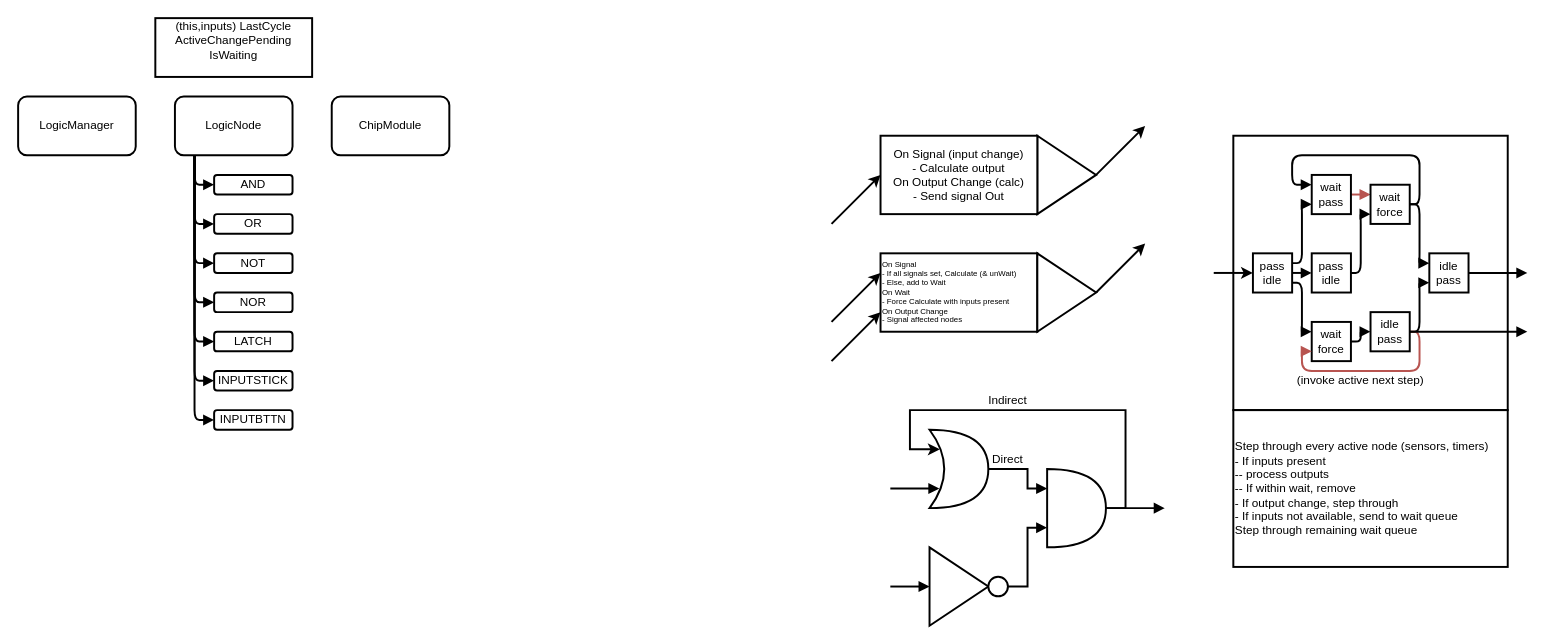
Above: Untitled Diagram.drawio in Aceba1/Logic-Gates (draw.io), before the change. Source tidied: cells renumbered, new cells numbered last; positions are measured from the earlier drawing's top-left corner, leaving out a move shared by most shapes. Both pictures are drawn from the tidied source at 98%, with x=0, y=0 at pixel (18, 18).
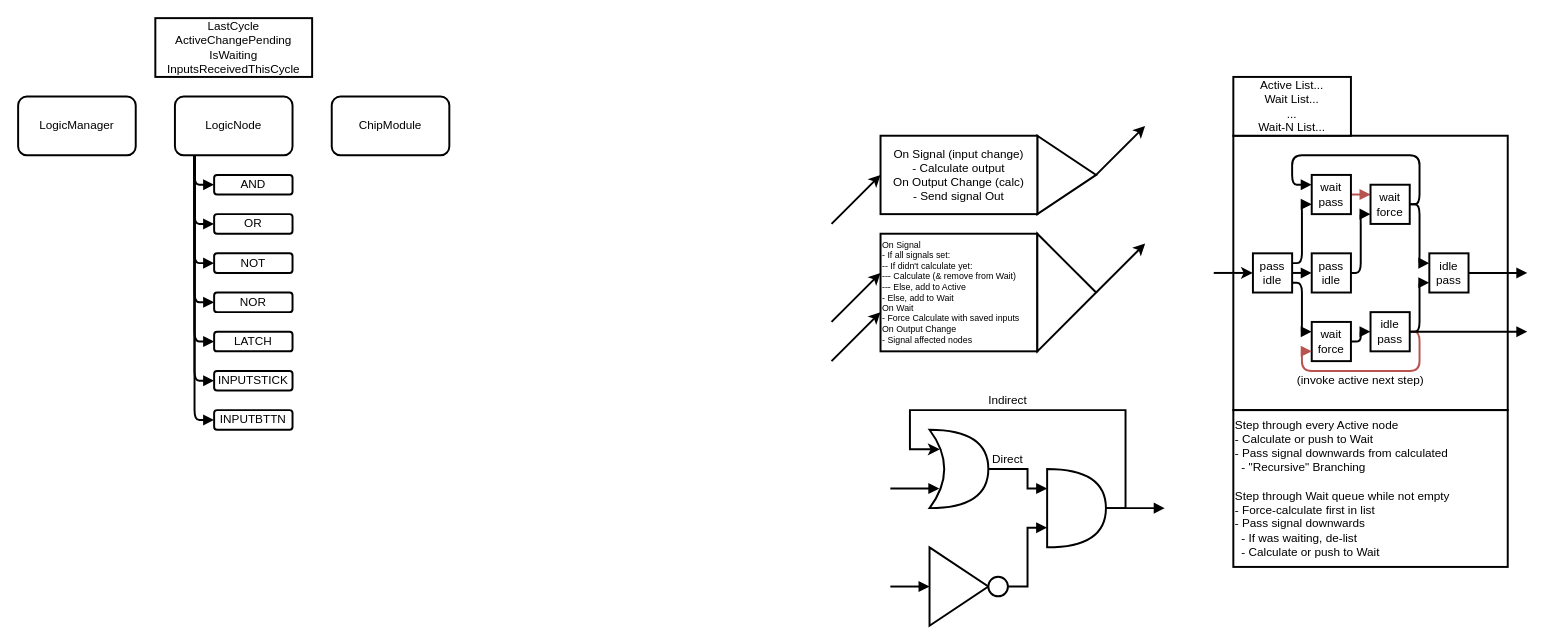
After the change.

The edit, as a diff of the source:
```diff
@@
-    <mxCell id="39" value="&lt;div&gt;Step through every active node (sensors, timers)&lt;/div&gt;&lt;div&gt;- If inputs present&lt;/div&gt;&lt;div&gt;-- process outputs&lt;br&gt;&lt;/div&gt;&lt;div&gt;-- If within wait, remove&lt;br&gt;&lt;/div&gt;&lt;div&gt;- If output change, step through&lt;/div&gt;&lt;div&gt;- If inputs not available, send to wait queue&lt;/div&gt;&lt;div&gt;Step through remaining wait queue&lt;br&gt;&lt;/div&gt;" style="rounded=0;whiteSpace=wrap;html=1;strokeWidth=2;align=left;" parent="1" vertex="1">
+    <mxCell id="39" value="&lt;div&gt;Step through every Active node&lt;/div&gt;&lt;div&gt;- Calculate or push to Wait&lt;/div&gt;&lt;div&gt;- Pass signal downwards from calculated&lt;/div&gt;&lt;div&gt;&amp;nbsp; - &quot;Recursive&quot; Branching&lt;br&gt;&lt;/div&gt;&lt;div&gt;&lt;br&gt;&lt;/div&gt;&lt;div&gt;Step through Wait queue while not empty&lt;br&gt;&lt;/div&gt;&lt;div&gt;- Force-calculate first in list&lt;/div&gt;&lt;div&gt;- Pass signal downwards&lt;/div&gt;&lt;div&gt;&amp;nbsp; - If was waiting, de-list&lt;/div&gt;&lt;div&gt;&amp;nbsp; - Calculate or push to Wait&lt;br&gt;&lt;/div&gt;" style="rounded=0;whiteSpace=wrap;html=1;strokeWidth=2;align=left;" parent="1" vertex="1">
       <mxGeometry x="1240" y="400" width="280" height="160" as="geometry" />
     </mxCell>
     <mxCell id="40" value="(invoke active next step)" style="text;html=1;strokeColor=none;fillColor=none;align=center;verticalAlign=middle;whiteSpace=wrap;rounded=0;" parent="1" vertex="1">
-      <mxGeometry x="1300" y="360" width="140" height="20" as="geometry" />
+      <mxGeometry x="1270" y="360" width="200" height="20" as="geometry" />
     </mxCell>
@@
-    <mxCell id="58" value="&lt;div&gt;(this,inputs) LastCycle&lt;/div&gt;&lt;div&gt;ActiveChangePending&lt;/div&gt;&lt;div&gt;IsWaiting&lt;/div&gt;&lt;div&gt;&lt;br&gt;&lt;/div&gt;" style="rounded=0;whiteSpace=wrap;html=1;strokeWidth=2;" parent="1" vertex="1">
+    <mxCell id="58" value="&lt;div&gt;LastCycle&lt;/div&gt;&lt;div&gt;ActiveChangePending&lt;/div&gt;&lt;div&gt;IsWaiting&lt;/div&gt;&lt;div&gt;InputsReceivedThisCycle&lt;br&gt;&lt;/div&gt;" style="rounded=0;whiteSpace=wrap;html=1;strokeWidth=2;" parent="1" vertex="1">
       <mxGeometry x="140" width="160" height="60" as="geometry" />
     </mxCell>
-    <mxCell id="59" value="&lt;div style=&quot;font-size: 8px&quot;&gt;On Signal&lt;/div&gt;&lt;div style=&quot;font-size: 8px&quot;&gt;- If all signals set, Calculate (&amp;amp; unWait)&lt;br&gt;&lt;/div&gt;&lt;div style=&quot;font-size: 8px&quot;&gt;- Else, add to Wait&lt;/div&gt;&lt;div style=&quot;font-size: 8px&quot;&gt;On Wait&lt;/div&gt;&lt;div style=&quot;font-size: 8px&quot;&gt;- Force Calculate with inputs present&lt;/div&gt;&lt;div style=&quot;font-size: 8px&quot;&gt;On Output Change&lt;/div&gt;&lt;div style=&quot;font-size: 8px&quot;&gt;- Signal affected nodes&lt;br style=&quot;font-size: 8px&quot;&gt;&lt;/div&gt;" style="rounded=0;whiteSpace=wrap;html=1;strokeWidth=2;align=left;fontSize=8;" parent="1" vertex="1">
-      <mxGeometry x="880" y="240" width="160" height="80" as="geometry" />
+    <mxCell id="59" value="&lt;div style=&quot;font-size: 9px&quot;&gt;&lt;font style=&quot;font-size: 9px&quot;&gt;On Signal&lt;/font&gt;&lt;/div&gt;&lt;div style=&quot;font-size: 9px&quot;&gt;&lt;font style=&quot;font-size: 9px&quot;&gt;- If all signals set:&lt;/font&gt;&lt;/div&gt;&lt;div style=&quot;font-size: 9px&quot;&gt;&lt;font style=&quot;font-size: 9px&quot;&gt;-- If didn't calculate yet:&lt;br&gt;&lt;/font&gt;&lt;/div&gt;&lt;div style=&quot;font-size: 9px&quot;&gt;&lt;font style=&quot;font-size: 9px&quot;&gt;--- Calculate (&amp;amp; remove from Wait)&lt;br&gt;&lt;/font&gt;&lt;/div&gt;&lt;div style=&quot;font-size: 9px&quot;&gt;&lt;font style=&quot;font-size: 9px&quot;&gt;--- Else, add to Active&lt;br&gt;&lt;/font&gt;&lt;/div&gt;&lt;div style=&quot;font-size: 9px&quot;&gt;&lt;font style=&quot;font-size: 9px&quot;&gt;- Else, add to Wait&lt;/font&gt;&lt;/div&gt;&lt;div style=&quot;font-size: 9px&quot;&gt;&lt;font style=&quot;font-size: 9px&quot;&gt;On Wait&lt;/font&gt;&lt;/div&gt;&lt;div style=&quot;font-size: 9px&quot;&gt;&lt;font style=&quot;font-size: 9px&quot;&gt;- Force Calculate with saved inputs&lt;br&gt;&lt;/font&gt;&lt;/div&gt;&lt;div style=&quot;font-size: 9px&quot;&gt;&lt;font style=&quot;font-size: 9px&quot;&gt;On Output Change&lt;/font&gt;&lt;/div&gt;&lt;div style=&quot;font-size: 9px&quot;&gt;&lt;font style=&quot;font-size: 9px&quot;&gt;- Signal affected nodes&lt;br&gt;&lt;/font&gt;&lt;/div&gt;" style="rounded=0;whiteSpace=wrap;html=1;strokeWidth=2;align=left;fontSize=8;" parent="1" vertex="1">
+      <mxGeometry x="880" y="220" width="160" height="120" as="geometry" />
     </mxCell>
@@
     <mxCell id="63" style="triangle;whiteSpace=wrap;html=1;strokeWidth=2;" parent="1" vertex="1">
-      <mxGeometry x="1040" y="240" width="60" height="80" as="geometry" />
+      <mxGeometry x="1040" y="220" width="60" height="120" as="geometry" />
     </mxCell>
+    <mxCell id="64" value="&lt;div&gt;Active List...&lt;/div&gt;&lt;div&gt;Wait List...&lt;/div&gt;&lt;div&gt;...&lt;/div&gt;&lt;div&gt;Wait-N List...&lt;br&gt;&lt;/div&gt;" style="rounded=0;whiteSpace=wrap;html=1;strokeWidth=2;fontSize=12;align=center;" parent="1" vertex="1">
+      <mxGeometry x="1240" y="60" width="120" height="60" as="geometry" />
+    </mxCell>
```
